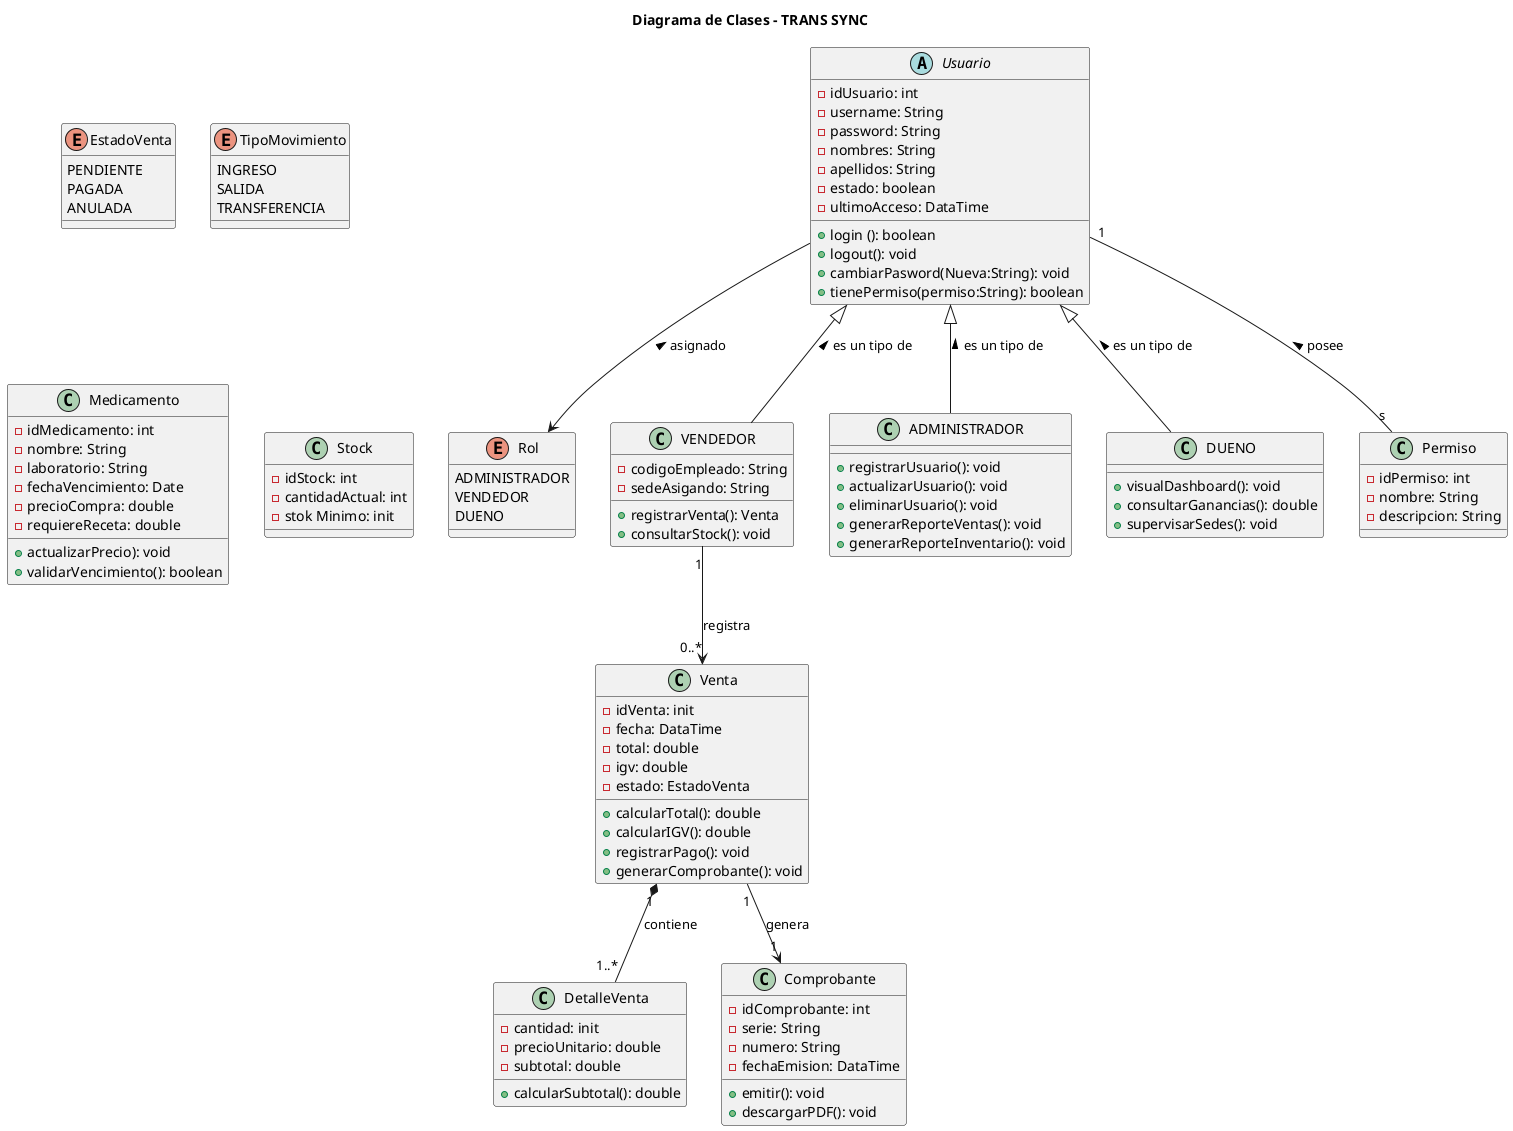
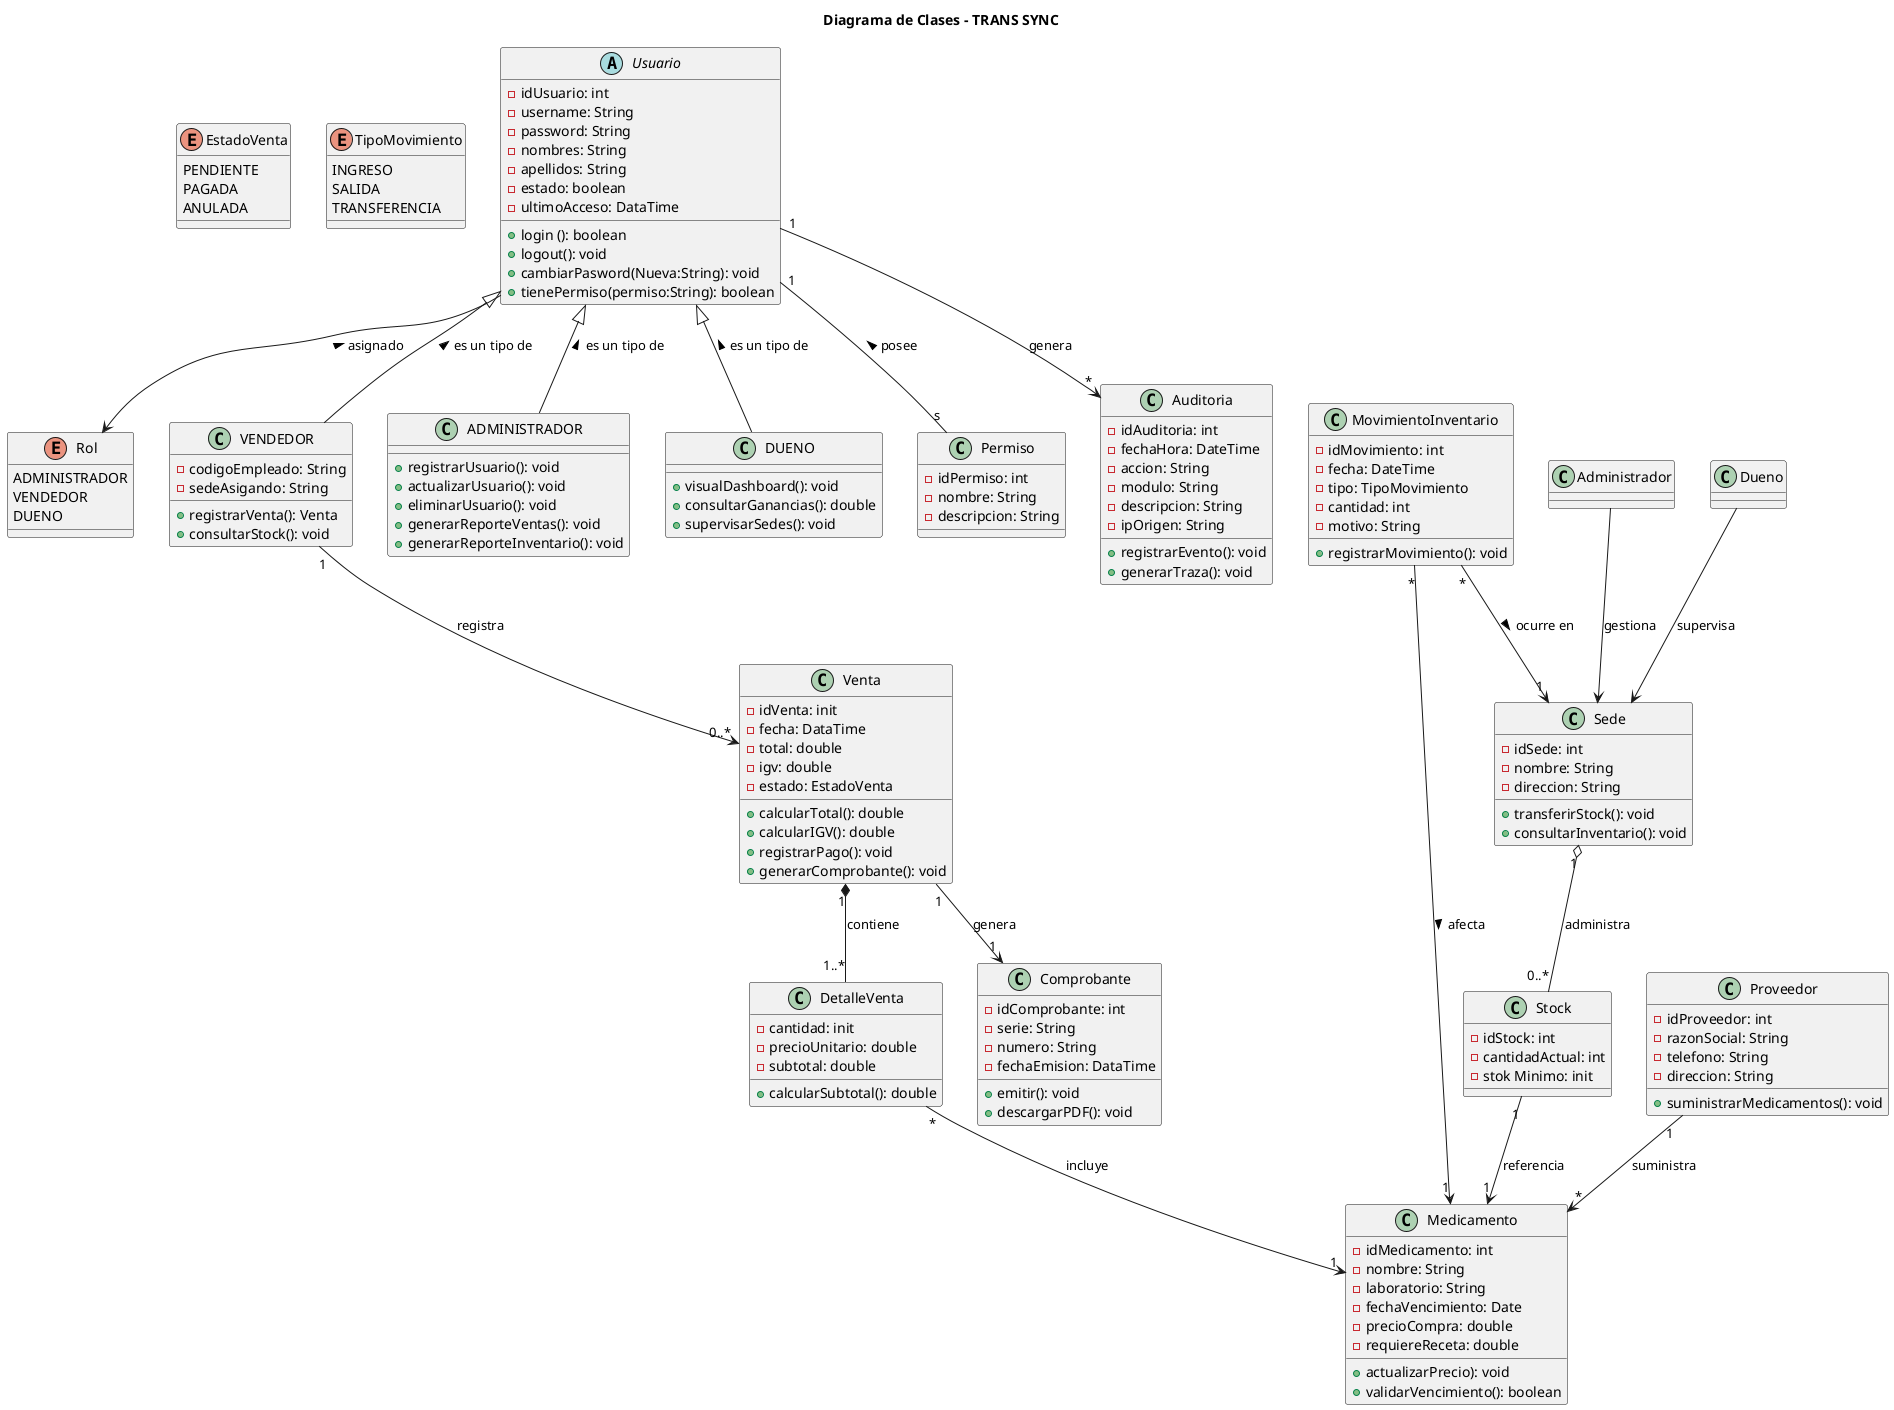
@startuml
title Diagrama de Clases - TRANS SYNC
'###################################################
' ENUMNS
'#####################################################
enum EstadoVenta {
   PENDIENTE
   PAGADA
   ANULADA
}
enum TipoMovimiento {
   INGRESO
   SALIDA
   TRANSFERENCIA
}
enum Rol {
   ADMINISTRADOR
   VENDEDOR
   DUENO
}

'######################################################################
'USUARIOS
'##############################################################################

abstract class Usuario {
    - idUsuario: int
    - username: String
    - password: String
    - nombres: String
    - apellidos: String
    - estado: boolean
    - ultimoAcceso: DataTime

    + login (): boolean
    + logout(): void
    + cambiarPasword(Nueva:String): void
    + tienePermiso(permiso:String): boolean
}
class VENDEDOR{
    - codigoEmpleado: String
    - sedeAsigando: String

    + registrarVenta(): Venta
    + consultarStock(): void
}
class ADMINISTRADOR{
    + registrarUsuario(): void
    + actualizarUsuario(): void
    + eliminarUsuario(): void
    + generarReporteVentas(): void
    + generarReporteInventario(): void
}
class DUENO{
    + visualDashboard(): void
    + consultarGanancias(): double
    + supervisarSedes(): void
}

Usuario <|-- VENDEDOR : es un tipo de <
Usuario <|-- ADMINISTRADOR : es un tipo de <
Usuario <|-- DUENO : es un tipo de <

class Permiso {
    - idPermiso: int
    - nombre: String
    - descripcion: String
}

Usuario "1" -- "s" Permiso : posee <
Usuario --> Rol : asignado <


'============================
'VENTAS
'============================

class Venta{
    - idVenta: init
    - fecha: DataTime
    - total: double
    - igv: double
    - estado: EstadoVenta

    + calcularTotal(): double
    + calcularIGV(): double
    + registrarPago(): void
    + generarComprobante(): void
}
class DetalleVenta {
    - cantidad: init
    - precioUnitario: double
    - subtotal: double

    + calcularSubtotal(): double
}
class Comprobante {
    - idComprobante: int
    - serie: String
    - numero: String
    - fechaEmision: DataTime

    + emitir(): void
    + descargarPDF(): void
}

Venta "1" *-- "1..*" DetalleVenta : contiene
Venta "1" --> "1" Comprobante : genera
VENDEDOR "1" --> "0..*" Venta : registra

'============================
'INVENTARIO
'============================

class Medicamento {
    - idMedicamento: int
    - nombre: String
    - laboratorio: String
    - fechaVencimiento: Date
    - precioCompra: double
    - requiereReceta: double

    + actualizarPrecio): void
    + validarVencimiento(): boolean
}
class Stock {
    - idStock: int
    - cantidadActual: int
    - stok Minimo: init

}
+ class Sede {
+     - idSede: int
+     - nombre: String
+     - direccion: String

+     + transferirStock(): void
+     + consultarInventario(): void
+ }
+ 
+ class MovimientoInventario {
+     - idMovimiento: int
+     - fecha: DateTime
+     - tipo: TipoMovimiento
+     - cantidad: int
+     - motivo: String
+ 
+     + registrarMovimiento(): void
+ }
+ 
+ class Proveedor {
+     - idProveedor: int
+     - razonSocial: String
+     - telefono: String
+     - direccion: String
+ 
+     + suministrarMedicamentos(): void
+ }
+ 
+ Sede "1" o-- "0..*" Stock : administra
+ Stock "1" --> "1" Medicamento : referencia
+ DetalleVenta "*" --> "1" Medicamento : incluye
+ 
+ MovimientoInventario "*" --> "1" Medicamento : afecta >
+ MovimientoInventario "*" --> "1" Sede : ocurre en >
+ 
+ Proveedor "1" --> "*" Medicamento : suministra
+ 
+ '========================
+ ' AUDITORIA
+ '========================
+ 
+ class Auditoria {
+     - idAuditoria: int
+     - fechaHora: DateTime
+     - accion: String
+     - modulo: String
+     - descripcion: String
+     - ipOrigen: String
+ 
+     + registrarEvento(): void
+     + generarTraza(): void
+ }
+ 
+ Usuario "1" --> "*" Auditoria : genera
+ 
+ '========================
+ ' RELACIONES ADICIONALES
+ '========================
+ 
+ Administrador --> Sede : gestiona
+ Dueno --> Sede : supervisa

@enduml